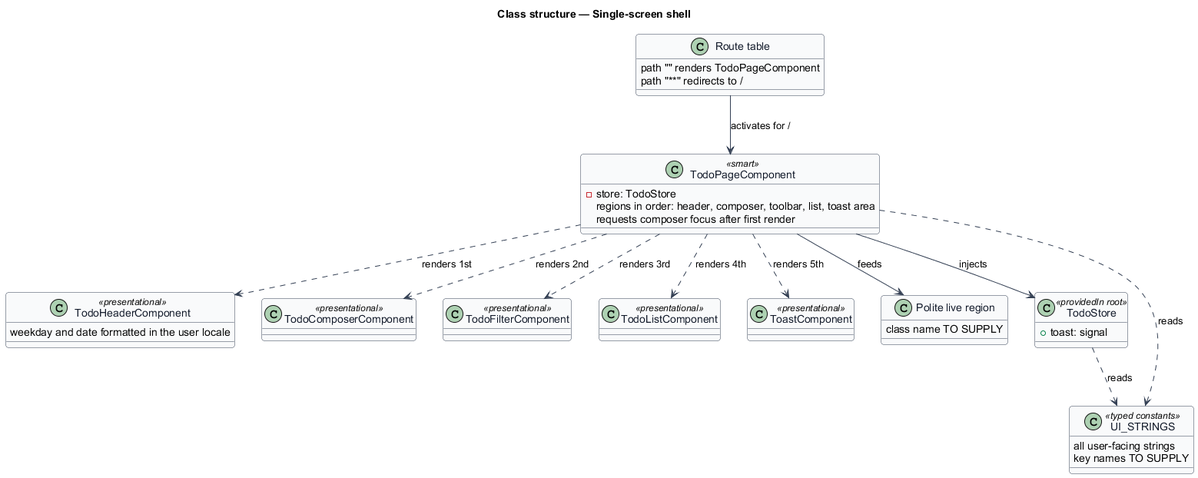
The PlantUML diagram docs/detailed-designs/interface/single-screen-shell/diagrams/class-structure.png in QuinntyneBrown/php-todo-lab, before a commit.
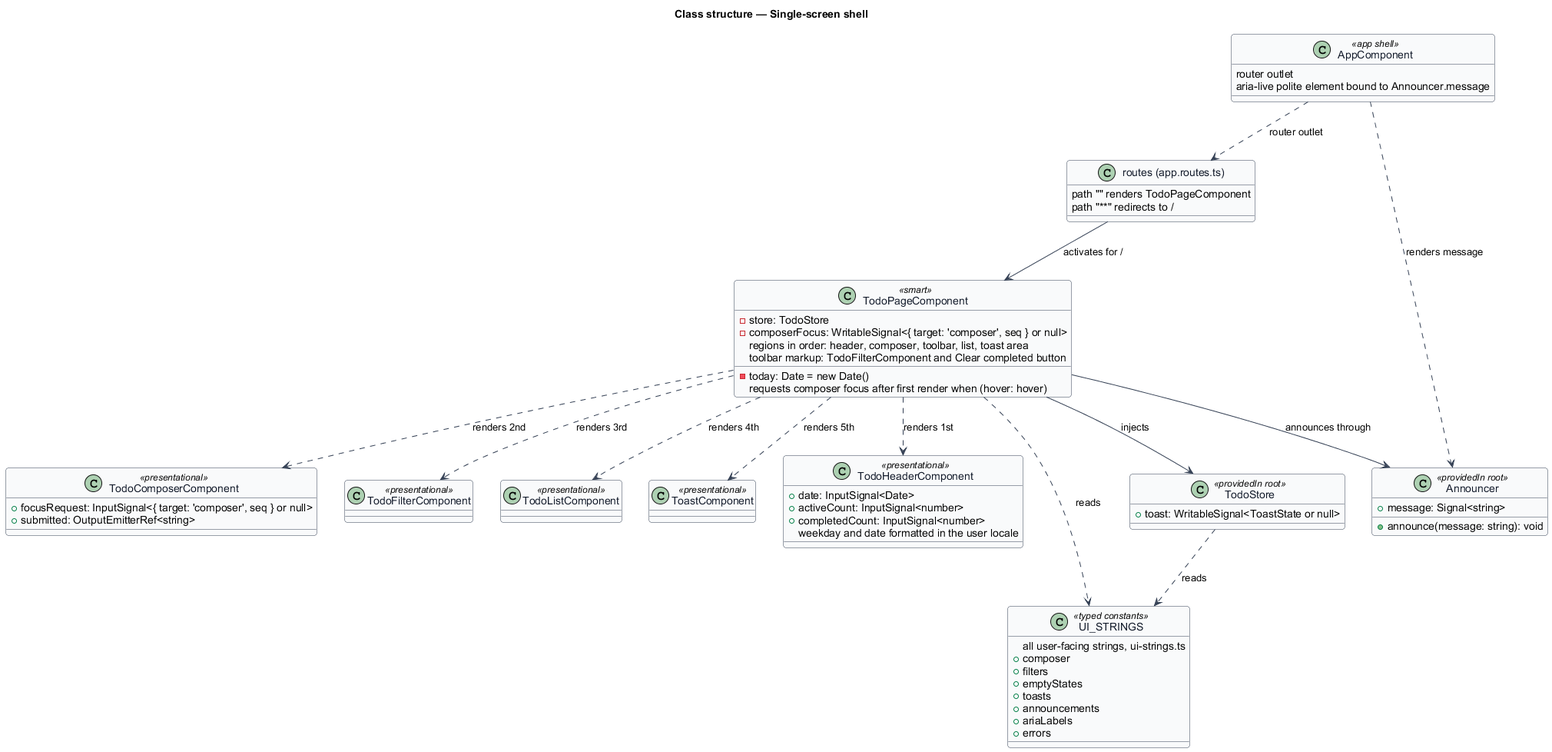
After the change.

What changed in the source:
```diff
@@ -11,36 +11,57 @@
 }
 title Class structure — Single-screen shell
 
-class "Route table" as Routes {
+class "routes (app.routes.ts)" as Routes {
   path "" renders TodoPageComponent
   path "**" redirects to /
 }
 
 class TodoPageComponent <<smart>> {
   -store: TodoStore
+  -today: Date = new Date()
+  -composerFocus: WritableSignal<{ target: 'composer', seq } or null>
   regions in order: header, composer, toolbar, list, toast area
-  requests composer focus after first render
+  toolbar markup: TodoFilterComponent and Clear completed button
+  requests composer focus after first render when (hover: hover)
 }
 
 class TodoHeaderComponent <<presentational>> {
+  +date: InputSignal<Date>
+  +activeCount: InputSignal<number>
+  +completedCount: InputSignal<number>
   weekday and date formatted in the user locale
 }
-class TodoComposerComponent <<presentational>>
+class TodoComposerComponent <<presentational>> {
+  +focusRequest: InputSignal<{ target: 'composer', seq } or null>
+  +submitted: OutputEmitterRef<string>
+}
 class TodoFilterComponent <<presentational>>
 class TodoListComponent <<presentational>>
 class ToastComponent <<presentational>>
 
-class "Polite live region" as Live {
-  class name TO SUPPLY
+class Announcer <<providedIn root>> {
+  +message: Signal<string>
+  +announce(message: string): void
+}
+
+class AppComponent <<app shell>> {
+  router outlet
+  aria-live polite element bound to Announcer.message
 }
 
 class TodoStore <<providedIn root>> {
-  +toast: signal
+  +toast: WritableSignal<ToastState or null>
 }
 
 class UI_STRINGS <<typed constants>> {
-  all user-facing strings
-  key names TO SUPPLY
+  all user-facing strings, ui-strings.ts
+  +composer
+  +filters
+  +emptyStates
+  +toasts
+  +announcements
+  +ariaLabels
+  +errors
 }
 
 Routes --> TodoPageComponent : activates for /
@@ -49,7 +70,9 @@
 TodoPageComponent ..> TodoFilterComponent : renders 3rd
 TodoPageComponent ..> TodoListComponent : renders 4th
 TodoPageComponent ..> ToastComponent : renders 5th
-TodoPageComponent --> Live : feeds
+TodoPageComponent --> Announcer : announces through
+AppComponent ..> Announcer : renders message
+AppComponent ..> Routes : router outlet
 TodoPageComponent --> TodoStore : injects
 TodoStore ..> UI_STRINGS : reads
 TodoPageComponent ..> UI_STRINGS : reads
```
